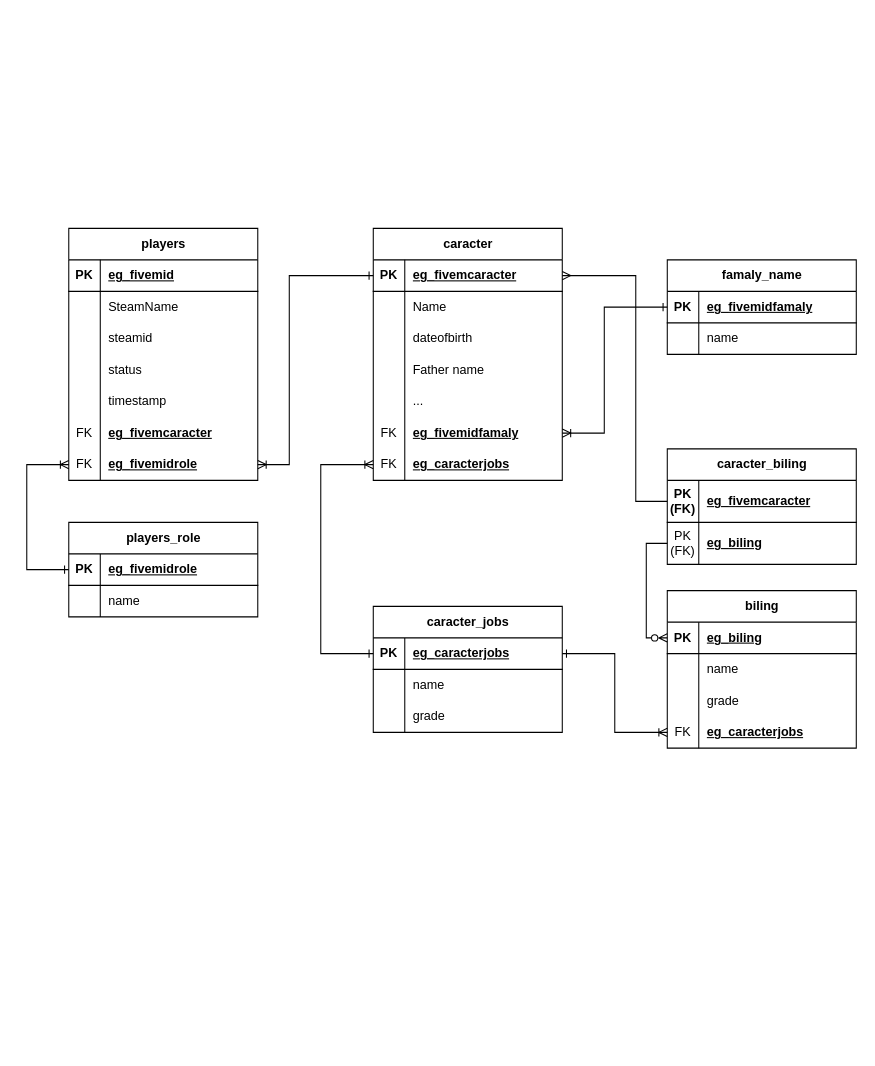
Earlier version of the draw.io diagram EGSolutions/Designs/Diagrams/FivemDatabase.drawio (Fevereiro2/Docs). Source tidied: cells renumbered, new cells numbered last; positions are measured from the earlier drawing's top-left corner, leaving out a move shared by most shapes. Both pictures are drawn from the tidied source at 105%, with x=0, y=0 at pixel (26, 228).
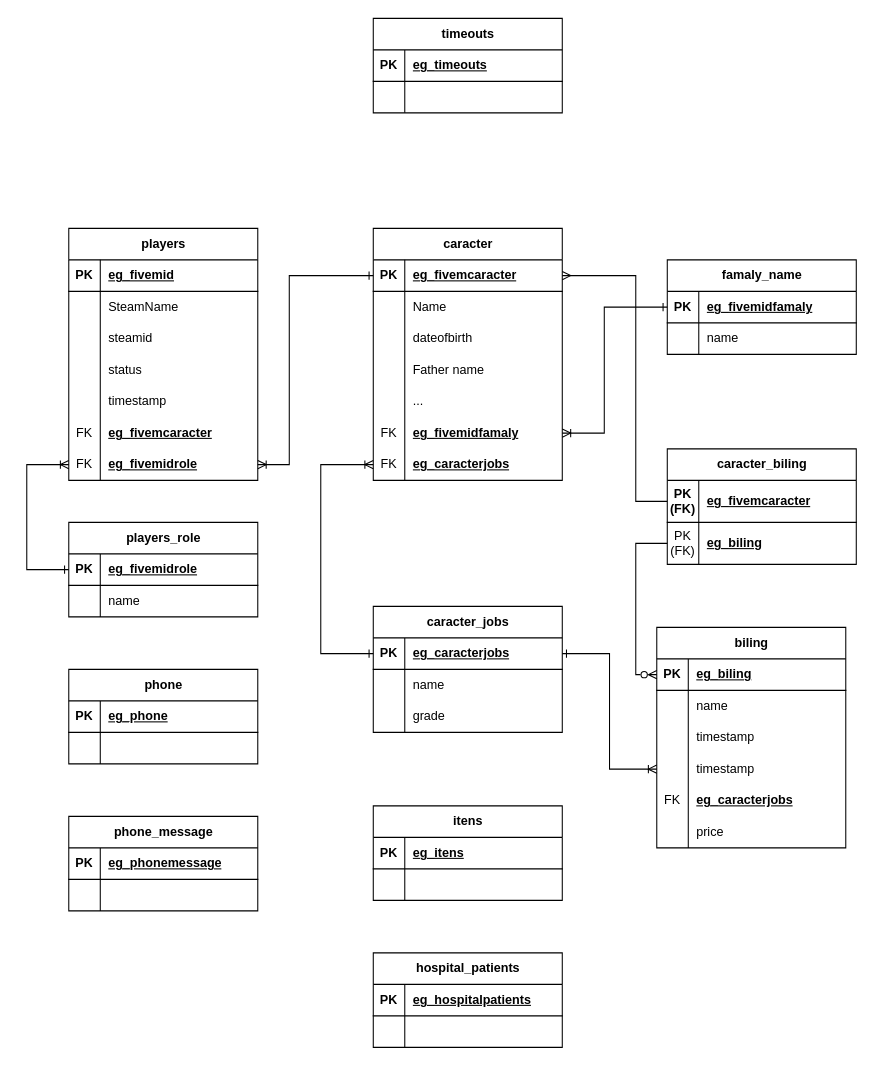
The same diagram, later.

The change refers to these unchanged cells:
```xml
<mxCell id="25" style="shape=tableRow;horizontal=0;startSize=0;swimlaneHead=0;swimlaneBody=0;fillColor=none;points=[[0,0.5],[1,0.5]];portConstraint=eastwest;top=0;left=0;right=0;bottom=1;" parent="24" vertex="1">
  <mxGeometry y="30" width="180" height="30" as="geometry" />
</mxCell>
<mxCell id="64" style="shape=tableRow;horizontal=0;startSize=0;swimlaneHead=0;swimlaneBody=0;fillColor=none;points=[[0,0.5],[1,0.5]];portConstraint=eastwest;top=0;left=0;right=0;bottom=1;" parent="63" vertex="1">
  <mxGeometry y="30" width="180" height="30" as="geometry" />
</mxCell>
<mxCell id="75" style="shape=tableRow;horizontal=0;startSize=0;swimlaneHead=0;swimlaneBody=0;fillColor=none;points=[[0,0.5],[1,0.5]];portConstraint=eastwest;top=0;left=0;right=0;bottom=1;" parent="74" vertex="1">
  <mxGeometry y="30" width="180" height="30" as="geometry" />
</mxCell>
<mxCell id="81" style="shape=tableRow;horizontal=0;startSize=0;swimlaneHead=0;swimlaneBody=0;fillColor=none;top=0;left=0;right=0;bottom=0;" parent="74" vertex="1">
  <mxGeometry y="90" width="180" height="30" as="geometry" />
</mxCell>
<mxCell id="84" style="shape=tableRow;horizontal=0;startSize=0;swimlaneHead=0;swimlaneBody=0;fillColor=none;points=[[0,0.5],[1,0.5]];portConstraint=eastwest;top=0;left=0;right=0;bottom=0;" parent="74" vertex="1">
  <mxGeometry y="120" width="180" height="30" as="geometry" />
</mxCell>
```

What changed in the source:
```diff
@@
+    <mxCell id="87" style="endArrow=ERmany;html=1;rounded=0;entryX=1;entryY=0.5;entryDx=0;entryDy=0;startArrow=none;startFill=0;endFill=0;exitX=0;exitY=0.5;exitDx=0;exitDy=0;" parent="1" edge="1" source="90" target="25">
+      <mxGeometry relative="1" as="geometry">
+        <Array as="points">
+          <mxPoint x="580" y="260" />
+          <mxPoint x="580" y="45" />
+        </Array>
+      </mxGeometry>
+    </mxCell>
+    <mxCell id="88" style="edgeStyle=orthogonalEdgeStyle;rounded=0;jettySize=auto;html=1;exitX=1;exitY=0.5;exitDx=0;exitDy=0;entryX=0;entryY=0.5;entryDx=0;entryDy=0;endArrow=ERoneToMany;endFill=0;startArrow=ERone;startFill=0;" parent="1" edge="1" source="64" target="84">
+      <mxGeometry relative="1" as="geometry" />
+    </mxCell>
+    <mxCell id="89" value="caracter_biling" style="shape=table;startSize=30;childLayout=tableLayout;rowLines=0;fontStyle=1;align=center;html=1;" parent="1" vertex="1">
+      <mxGeometry x="610" y="210" width="180" height="110" as="geometry" />
+    </mxCell>
+    <mxCell id="90" style="shape=tableRow;horizontal=0;startSize=0;swimlaneHead=0;swimlaneBody=0;fillColor=none;points=[[0,0.5],[1,0.5]];portConstraint=eastwest;top=0;left=0;right=0;bottom=1;" parent="89" vertex="1">
+      <mxGeometry y="30" width="180" height="40" as="geometry" />
+    </mxCell>
+    <mxCell id="91" value="PK (FK)" style="shape=partialRectangle;fillColor=none;top=0;left=0;bottom=0;right=0;fontStyle=1;overflow=hidden;whiteSpace=wrap;html=1;" parent="90" vertex="1">
+      <mxGeometry width="30" height="40" as="geometry" />
+    </mxCell>
+    <mxCell id="92" value="eg_fivemcaracter" style="shape=partialRectangle;fillColor=none;top=0;left=0;bottom=0;right=0;align=left;spacingLeft=6;fontStyle=5;overflow=hidden;whiteSpace=wrap;html=1;" parent="90" vertex="1">
+      <mxGeometry x="30" width="150" height="40" as="geometry" />
+    </mxCell>
+    <mxCell id="93" style="shape=tableRow;horizontal=0;startSize=0;swimlaneHead=0;swimlaneBody=0;fillColor=none;points=[[0,0.5],[1,0.5]];portConstraint=eastwest;top=0;left=0;right=0;bottom=0;" parent="89" vertex="1">
+      <mxGeometry y="70" width="180" height="40" as="geometry" />
+    </mxCell>
+    <mxCell id="94" value="PK&lt;div&gt;(FK)&lt;/div&gt;" style="shape=partialRectangle;fillColor=none;top=0;left=0;bottom=0;right=0;overflow=hidden;whiteSpace=wrap;html=1;" parent="93" vertex="1">
+      <mxGeometry width="30" height="40" as="geometry" />
+    </mxCell>
+    <mxCell id="95" value="&lt;span style=&quot;font-weight: 700; text-decoration-line: underline;&quot;&gt;eg_biling&lt;/span&gt;" style="shape=partialRectangle;fillColor=none;top=0;left=0;bottom=0;right=0;align=left;spacingLeft=6;overflow=hidden;whiteSpace=wrap;html=1;" parent="93" vertex="1">
+      <mxGeometry x="30" width="150" height="40" as="geometry" />
+    </mxCell>
+    <mxCell id="96" style="edgeStyle=orthogonalEdgeStyle;rounded=0;jettySize=auto;html=1;exitX=0;exitY=0.5;exitDx=0;exitDy=0;entryX=0;entryY=0.5;entryDx=0;entryDy=0;endArrow=ERzeroToMany;endFill=0;" parent="1" edge="1" source="93" target="75">
+      <mxGeometry relative="1" as="geometry" />
+    </mxCell>
     <mxCell id="74" value="biling" style="shape=table;startSize=30;childLayout=tableLayout;rowLines=0;fontStyle=1;align=center;html=1;" parent="1" vertex="1">
-      <mxGeometry x="610" y="345" width="180" height="150" as="geometry" />
+      <mxGeometry x="600" y="380" width="180" height="210" as="geometry" />
     </mxCell>
@@
-    <mxCell id="83" value="grade" style="shape=partialRectangle;fillColor=none;top=0;left=0;bottom=0;right=0;align=left;spacingLeft=6;overflow=hidden;whiteSpace=wrap;html=1;" parent="81" vertex="1">
+    <mxCell id="83" value="timestamp" style="shape=partialRectangle;fillColor=none;top=0;left=0;bottom=0;right=0;align=left;spacingLeft=6;overflow=hidden;whiteSpace=wrap;html=1;" parent="81" vertex="1">
       <mxGeometry x="30" width="150" height="30" as="geometry" />
     </mxCell>
@@
-    <mxCell id="85" value="FK" style="shape=partialRectangle;fillColor=none;top=0;left=0;bottom=0;right=0;overflow=hidden;whiteSpace=wrap;html=1;" parent="84" vertex="1">
+    <mxCell id="85" style="shape=partialRectangle;fillColor=none;top=0;left=0;bottom=0;right=0;overflow=hidden;whiteSpace=wrap;html=1;" parent="84" vertex="1">
       <mxGeometry width="30" height="30" as="geometry" />
     </mxCell>
-    <mxCell id="86" value="&lt;span style=&quot;font-weight: 700; text-decoration-line: underline;&quot;&gt;eg_caracterjobs&lt;/span&gt;" style="shape=partialRectangle;fillColor=none;top=0;left=0;bottom=0;right=0;align=left;spacingLeft=6;overflow=hidden;whiteSpace=wrap;html=1;" parent="84" vertex="1">
+    <mxCell id="86" value="timestamp" style="shape=partialRectangle;fillColor=none;top=0;left=0;bottom=0;right=0;align=left;spacingLeft=6;overflow=hidden;whiteSpace=wrap;html=1;" parent="84" vertex="1">
       <mxGeometry x="30" width="150" height="30" as="geometry" />
     </mxCell>
-    <mxCell id="87" style="endArrow=ERmany;html=1;rounded=0;entryX=1;entryY=0.5;entryDx=0;entryDy=0;startArrow=none;startFill=0;endFill=0;exitX=0;exitY=0.5;exitDx=0;exitDy=0;" parent="1" edge="1" source="90" target="25">
-      <mxGeometry relative="1" as="geometry">
-        <Array as="points">
-          <mxPoint x="580" y="260" />
-          <mxPoint x="580" y="45" />
-        </Array>
-      </mxGeometry>
-    </mxCell>
-    <mxCell id="88" style="edgeStyle=orthogonalEdgeStyle;rounded=0;jettySize=auto;html=1;exitX=1;exitY=0.5;exitDx=0;exitDy=0;entryX=0;entryY=0.5;entryDx=0;entryDy=0;endArrow=ERoneToMany;endFill=0;startArrow=ERone;startFill=0;" parent="1" edge="1" source="64" target="84">
-      <mxGeometry relative="1" as="geometry" />
-    </mxCell>
-    <mxCell id="89" value="caracter_biling" style="shape=table;startSize=30;childLayout=tableLayout;rowLines=0;fontStyle=1;align=center;html=1;" parent="1" vertex="1">
-      <mxGeometry x="610" y="210" width="180" height="110" as="geometry" />
-    </mxCell>
-    <mxCell id="90" style="shape=tableRow;horizontal=0;startSize=0;swimlaneHead=0;swimlaneBody=0;fillColor=none;points=[[0,0.5],[1,0.5]];portConstraint=eastwest;top=0;left=0;right=0;bottom=1;" parent="89" vertex="1">
-      <mxGeometry y="30" width="180" height="40" as="geometry" />
-    </mxCell>
-    <mxCell id="91" value="PK (FK)" style="shape=partialRectangle;fillColor=none;top=0;left=0;bottom=0;right=0;fontStyle=1;overflow=hidden;whiteSpace=wrap;html=1;" parent="90" vertex="1">
-      <mxGeometry width="30" height="40" as="geometry" />
-    </mxCell>
-    <mxCell id="92" value="eg_fivemcaracter" style="shape=partialRectangle;fillColor=none;top=0;left=0;bottom=0;right=0;align=left;spacingLeft=6;fontStyle=5;overflow=hidden;whiteSpace=wrap;html=1;" parent="90" vertex="1">
-      <mxGeometry x="30" width="150" height="40" as="geometry" />
-    </mxCell>
-    <mxCell id="93" style="shape=tableRow;horizontal=0;startSize=0;swimlaneHead=0;swimlaneBody=0;fillColor=none;points=[[0,0.5],[1,0.5]];portConstraint=eastwest;top=0;left=0;right=0;bottom=0;" parent="89" vertex="1">
-      <mxGeometry y="70" width="180" height="40" as="geometry" />
-    </mxCell>
-    <mxCell id="94" value="PK&lt;div&gt;(FK)&lt;/div&gt;" style="shape=partialRectangle;fillColor=none;top=0;left=0;bottom=0;right=0;overflow=hidden;whiteSpace=wrap;html=1;" parent="93" vertex="1">
-      <mxGeometry width="30" height="40" as="geometry" />
-    </mxCell>
-    <mxCell id="95" value="&lt;span style=&quot;font-weight: 700; text-decoration-line: underline;&quot;&gt;eg_biling&lt;/span&gt;" style="shape=partialRectangle;fillColor=none;top=0;left=0;bottom=0;right=0;align=left;spacingLeft=6;overflow=hidden;whiteSpace=wrap;html=1;" parent="93" vertex="1">
-      <mxGeometry x="30" width="150" height="40" as="geometry" />
-    </mxCell>
-    <mxCell id="96" style="edgeStyle=orthogonalEdgeStyle;rounded=0;jettySize=auto;html=1;exitX=0;exitY=0.5;exitDx=0;exitDy=0;entryX=0;entryY=0.5;entryDx=0;entryDy=0;endArrow=ERzeroToMany;endFill=0;" parent="1" edge="1" source="93" target="75">
-      <mxGeometry relative="1" as="geometry" />
-    </mxCell>
+    <mxCell id="97" style="shape=tableRow;horizontal=0;startSize=0;swimlaneHead=0;swimlaneBody=0;fillColor=none;top=0;left=0;right=0;bottom=0;" parent="74" vertex="1">
+      <mxGeometry y="150" width="180" height="30" as="geometry" />
+    </mxCell>
+    <mxCell id="98" value="FK" style="shape=partialRectangle;fillColor=none;top=0;left=0;bottom=0;right=0;overflow=hidden;whiteSpace=wrap;html=1;" parent="97" vertex="1">
+      <mxGeometry width="30" height="30" as="geometry" />
+    </mxCell>
+    <mxCell id="99" value="&lt;span style=&quot;font-weight: 700; text-decoration-line: underline;&quot;&gt;eg_caracterjobs&lt;/span&gt;" style="shape=partialRectangle;fillColor=none;top=0;left=0;bottom=0;right=0;align=left;spacingLeft=6;overflow=hidden;whiteSpace=wrap;html=1;" parent="97" vertex="1">
+      <mxGeometry x="30" width="150" height="30" as="geometry" />
+    </mxCell>
+    <mxCell id="100" style="shape=tableRow;horizontal=0;startSize=0;swimlaneHead=0;swimlaneBody=0;fillColor=none;top=0;left=0;right=0;bottom=0;" parent="74" vertex="1">
+      <mxGeometry y="180" width="180" height="30" as="geometry" />
+    </mxCell>
+    <mxCell id="101" style="shape=partialRectangle;fillColor=none;top=0;left=0;bottom=0;right=0;overflow=hidden;whiteSpace=wrap;html=1;" parent="100" vertex="1">
+      <mxGeometry width="30" height="30" as="geometry" />
+    </mxCell>
+    <mxCell id="102" value="price" style="shape=partialRectangle;fillColor=none;top=0;left=0;bottom=0;right=0;align=left;spacingLeft=6;overflow=hidden;whiteSpace=wrap;html=1;" parent="100" vertex="1">
+      <mxGeometry x="30" width="150" height="30" as="geometry" />
+    </mxCell>
+    <mxCell id="103" value="phone" style="shape=table;startSize=30;childLayout=tableLayout;rowLines=0;fontStyle=1;align=center;html=1;" parent="1" vertex="1">
+      <mxGeometry x="40" y="420" width="180" height="90" as="geometry" />
+    </mxCell>
+    <mxCell id="104" style="shape=tableRow;horizontal=0;startSize=0;swimlaneHead=0;swimlaneBody=0;fillColor=none;top=0;left=0;right=0;bottom=1;" parent="103" vertex="1">
+      <mxGeometry y="30" width="180" height="30" as="geometry" />
+    </mxCell>
+    <mxCell id="105" value="PK" style="shape=partialRectangle;fillColor=none;top=0;left=0;bottom=0;right=0;fontStyle=1;overflow=hidden;whiteSpace=wrap;html=1;" parent="104" vertex="1">
+      <mxGeometry width="30" height="30" as="geometry" />
+    </mxCell>
+    <mxCell id="106" value="eg_phone" style="shape=partialRectangle;fillColor=none;top=0;left=0;bottom=0;right=0;align=left;spacingLeft=6;fontStyle=5;overflow=hidden;whiteSpace=wrap;html=1;" parent="104" vertex="1">
+      <mxGeometry x="30" width="150" height="30" as="geometry" />
+    </mxCell>
+    <mxCell id="107" style="shape=tableRow;horizontal=0;startSize=0;swimlaneHead=0;swimlaneBody=0;fillColor=none;top=0;left=0;right=0;bottom=0;" parent="103" vertex="1">
+      <mxGeometry y="60" width="180" height="30" as="geometry" />
+    </mxCell>
+    <mxCell id="108" style="shape=partialRectangle;fillColor=none;top=0;left=0;bottom=0;right=0;overflow=hidden;whiteSpace=wrap;html=1;" parent="107" vertex="1">
+      <mxGeometry width="30" height="30" as="geometry" />
+    </mxCell>
+    <mxCell id="109" style="shape=partialRectangle;fillColor=none;top=0;left=0;bottom=0;right=0;align=left;spacingLeft=6;overflow=hidden;whiteSpace=wrap;html=1;" parent="107" vertex="1">
+      <mxGeometry x="30" width="150" height="30" as="geometry" />
+    </mxCell>
+    <mxCell id="110" value="timeouts" style="shape=table;startSize=30;childLayout=tableLayout;rowLines=0;fontStyle=1;align=center;html=1;" parent="1" vertex="1">
+      <mxGeometry x="330" y="-200" width="180" height="90" as="geometry" />
+    </mxCell>
+    <mxCell id="111" style="shape=tableRow;horizontal=0;startSize=0;swimlaneHead=0;swimlaneBody=0;fillColor=none;top=0;left=0;right=0;bottom=1;" parent="110" vertex="1">
+      <mxGeometry y="30" width="180" height="30" as="geometry" />
+    </mxCell>
+    <mxCell id="112" value="PK" style="shape=partialRectangle;fillColor=none;top=0;left=0;bottom=0;right=0;fontStyle=1;overflow=hidden;whiteSpace=wrap;html=1;" parent="111" vertex="1">
+      <mxGeometry width="30" height="30" as="geometry" />
+    </mxCell>
+    <mxCell id="113" value="eg_timeouts" style="shape=partialRectangle;fillColor=none;top=0;left=0;bottom=0;right=0;align=left;spacingLeft=6;fontStyle=5;overflow=hidden;whiteSpace=wrap;html=1;" parent="111" vertex="1">
+      <mxGeometry x="30" width="150" height="30" as="geometry" />
+    </mxCell>
+    <mxCell id="114" style="shape=tableRow;horizontal=0;startSize=0;swimlaneHead=0;swimlaneBody=0;fillColor=none;top=0;left=0;right=0;bottom=0;" parent="110" vertex="1">
+      <mxGeometry y="60" width="180" height="30" as="geometry" />
+    </mxCell>
+    <mxCell id="115" style="shape=partialRectangle;fillColor=none;top=0;left=0;bottom=0;right=0;overflow=hidden;whiteSpace=wrap;html=1;" parent="114" vertex="1">
+      <mxGeometry width="30" height="30" as="geometry" />
+    </mxCell>
+    <mxCell id="116" style="shape=partialRectangle;fillColor=none;top=0;left=0;bottom=0;right=0;align=left;spacingLeft=6;overflow=hidden;whiteSpace=wrap;html=1;" parent="114" vertex="1">
+      <mxGeometry x="30" width="150" height="30" as="geometry" />
+    </mxCell>
+    <mxCell id="117" value="itens" style="shape=table;startSize=30;childLayout=tableLayout;rowLines=0;fontStyle=1;align=center;html=1;" parent="1" vertex="1">
+      <mxGeometry x="330" y="550" width="180" height="90" as="geometry" />
+    </mxCell>
+    <mxCell id="118" style="shape=tableRow;horizontal=0;startSize=0;swimlaneHead=0;swimlaneBody=0;fillColor=none;top=0;left=0;right=0;bottom=1;" parent="117" vertex="1">
+      <mxGeometry y="30" width="180" height="30" as="geometry" />
+    </mxCell>
+    <mxCell id="119" value="PK" style="shape=partialRectangle;fillColor=none;top=0;left=0;bottom=0;right=0;fontStyle=1;overflow=hidden;whiteSpace=wrap;html=1;" parent="118" vertex="1">
+      <mxGeometry width="30" height="30" as="geometry" />
+    </mxCell>
+    <mxCell id="120" value="eg_itens" style="shape=partialRectangle;fillColor=none;top=0;left=0;bottom=0;right=0;align=left;spacingLeft=6;fontStyle=5;overflow=hidden;whiteSpace=wrap;html=1;" parent="118" vertex="1">
+      <mxGeometry x="30" width="150" height="30" as="geometry" />
+    </mxCell>
+    <mxCell id="121" style="shape=tableRow;horizontal=0;startSize=0;swimlaneHead=0;swimlaneBody=0;fillColor=none;top=0;left=0;right=0;bottom=0;" parent="117" vertex="1">
+      <mxGeometry y="60" width="180" height="30" as="geometry" />
+    </mxCell>
+    <mxCell id="122" style="shape=partialRectangle;fillColor=none;top=0;left=0;bottom=0;right=0;overflow=hidden;whiteSpace=wrap;html=1;" parent="121" vertex="1">
+      <mxGeometry width="30" height="30" as="geometry" />
+    </mxCell>
+    <mxCell id="123" style="shape=partialRectangle;fillColor=none;top=0;left=0;bottom=0;right=0;align=left;spacingLeft=6;overflow=hidden;whiteSpace=wrap;html=1;" parent="121" vertex="1">
+      <mxGeometry x="30" width="150" height="30" as="geometry" />
+    </mxCell>
+    <mxCell id="124" value="hospital_patients" style="shape=table;startSize=30;childLayout=tableLayout;rowLines=0;fontStyle=1;align=center;html=1;" parent="1" vertex="1">
+      <mxGeometry x="330" y="690" width="180" height="90" as="geometry" />
+    </mxCell>
+    <mxCell id="125" style="shape=tableRow;horizontal=0;startSize=0;swimlaneHead=0;swimlaneBody=0;fillColor=none;top=0;left=0;right=0;bottom=1;" parent="124" vertex="1">
+      <mxGeometry y="30" width="180" height="30" as="geometry" />
+    </mxCell>
+    <mxCell id="126" value="PK" style="shape=partialRectangle;fillColor=none;top=0;left=0;bottom=0;right=0;fontStyle=1;overflow=hidden;whiteSpace=wrap;html=1;" parent="125" vertex="1">
+      <mxGeometry width="30" height="30" as="geometry" />
+    </mxCell>
+    <mxCell id="127" value="eg_hospitalpatients" style="shape=partialRectangle;fillColor=none;top=0;left=0;bottom=0;right=0;align=left;spacingLeft=6;fontStyle=5;overflow=hidden;whiteSpace=wrap;html=1;" parent="125" vertex="1">
+      <mxGeometry x="30" width="150" height="30" as="geometry" />
+    </mxCell>
+    <mxCell id="128" style="shape=tableRow;horizontal=0;startSize=0;swimlaneHead=0;swimlaneBody=0;fillColor=none;top=0;left=0;right=0;bottom=0;" parent="124" vertex="1">
+      <mxGeometry y="60" width="180" height="30" as="geometry" />
+    </mxCell>
+    <mxCell id="129" style="shape=partialRectangle;fillColor=none;top=0;left=0;bottom=0;right=0;overflow=hidden;whiteSpace=wrap;html=1;" parent="128" vertex="1">
+      <mxGeometry width="30" height="30" as="geometry" />
+    </mxCell>
+    <mxCell id="130" style="shape=partialRectangle;fillColor=none;top=0;left=0;bottom=0;right=0;align=left;spacingLeft=6;overflow=hidden;whiteSpace=wrap;html=1;" parent="128" vertex="1">
+      <mxGeometry x="30" width="150" height="30" as="geometry" />
+    </mxCell>
+    <mxCell id="131" value="phone_message" style="shape=table;startSize=30;childLayout=tableLayout;rowLines=0;fontStyle=1;align=center;html=1;" parent="1" vertex="1">
+      <mxGeometry x="40" y="560" width="180" height="90" as="geometry" />
+    </mxCell>
+    <mxCell id="132" style="shape=tableRow;horizontal=0;startSize=0;swimlaneHead=0;swimlaneBody=0;fillColor=none;top=0;left=0;right=0;bottom=1;" parent="131" vertex="1">
+      <mxGeometry y="30" width="180" height="30" as="geometry" />
+    </mxCell>
+    <mxCell id="133" value="PK" style="shape=partialRectangle;fillColor=none;top=0;left=0;bottom=0;right=0;fontStyle=1;overflow=hidden;whiteSpace=wrap;html=1;" parent="132" vertex="1">
+      <mxGeometry width="30" height="30" as="geometry" />
+    </mxCell>
+    <mxCell id="134" value="eg_&lt;span style=&quot;text-align: center; text-wrap: nowrap;&quot;&gt;phonemessage&lt;/span&gt;" style="shape=partialRectangle;fillColor=none;top=0;left=0;bottom=0;right=0;align=left;spacingLeft=6;fontStyle=5;overflow=hidden;whiteSpace=wrap;html=1;" parent="132" vertex="1">
+      <mxGeometry x="30" width="150" height="30" as="geometry" />
+    </mxCell>
+    <mxCell id="135" style="shape=tableRow;horizontal=0;startSize=0;swimlaneHead=0;swimlaneBody=0;fillColor=none;top=0;left=0;right=0;bottom=0;" parent="131" vertex="1">
+      <mxGeometry y="60" width="180" height="30" as="geometry" />
+    </mxCell>
+    <mxCell id="136" style="shape=partialRectangle;fillColor=none;top=0;left=0;bottom=0;right=0;overflow=hidden;whiteSpace=wrap;html=1;" parent="135" vertex="1">
+      <mxGeometry width="30" height="30" as="geometry" />
+    </mxCell>
+    <mxCell id="137" style="shape=partialRectangle;fillColor=none;top=0;left=0;bottom=0;right=0;align=left;spacingLeft=6;overflow=hidden;whiteSpace=wrap;html=1;" parent="135" vertex="1">
+      <mxGeometry x="30" width="150" height="30" as="geometry" />
+    </mxCell>
```
